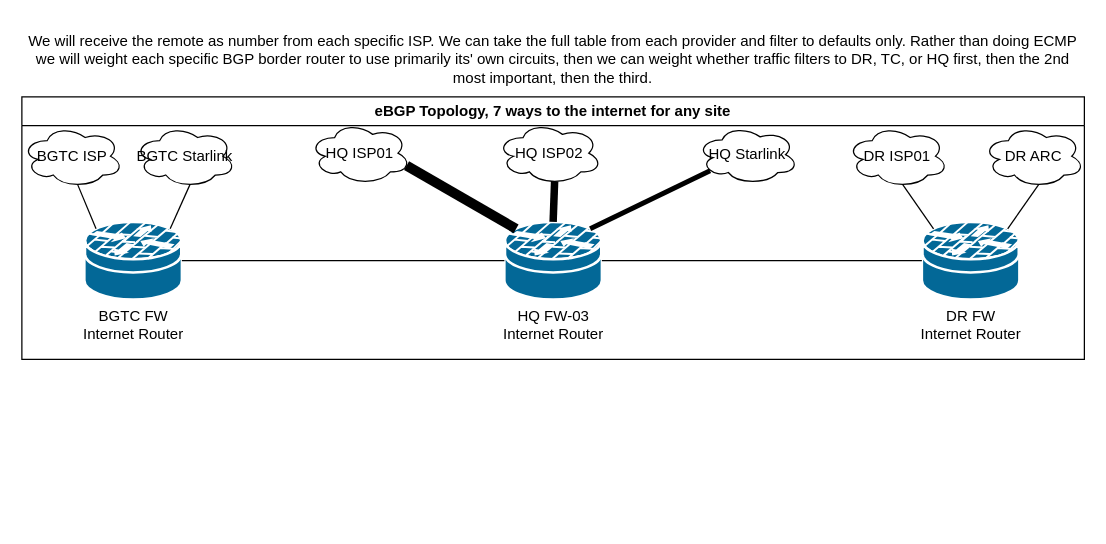
adamrt918/Diagram keeps this draw.io diagram as page "BGP Topo" (2 of 2) of Future_Network.drawio. Above is the earlier version. Source tidied: cells renumbered, new cells numbered last; positions are measured from the earlier drawing's top-left corner, leaving out a move shared by most shapes. Both pictures are drawn from the tidied source at 125%, with x=0, y=0 at pixel (21, 21).
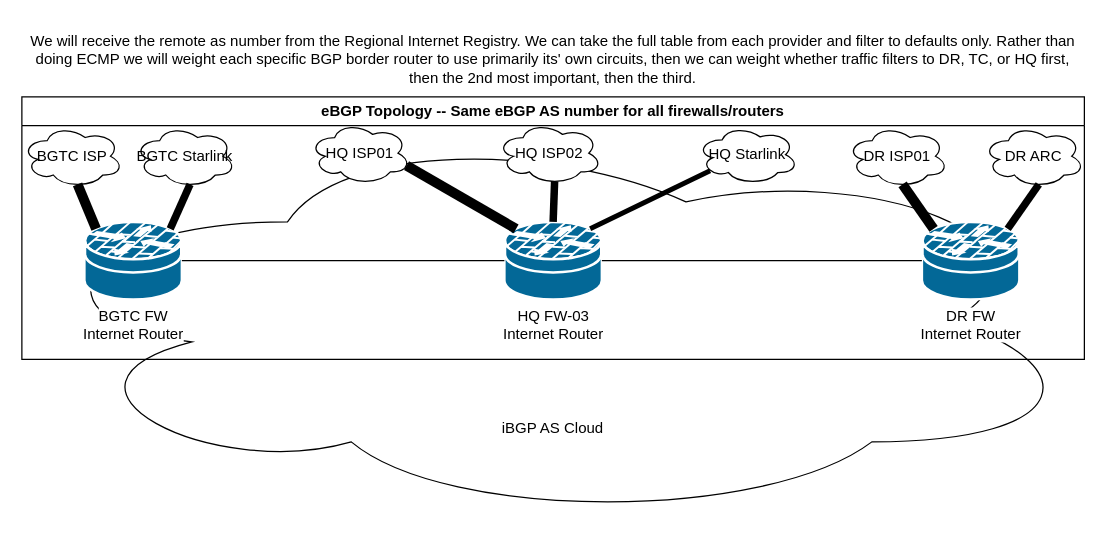
After the change.

Unchanged cells that the change refers to:
```xml
<mxCell id="6" value="BGTC ISP" style="ellipse;shape=cloud;whiteSpace=wrap;html=1;" parent="2" vertex="1">
  <mxGeometry y="22.5" width="81" height="50" as="geometry" />
</mxCell>
<mxCell id="7" value="BGTC Starlink" style="ellipse;shape=cloud;whiteSpace=wrap;html=1;" parent="2" vertex="1">
  <mxGeometry x="90" y="22.5" width="81" height="50" as="geometry" />
</mxCell>
<mxCell id="8" value="DR ISP01" style="ellipse;shape=cloud;whiteSpace=wrap;html=1;" parent="2" vertex="1">
  <mxGeometry x="660" y="22.5" width="81" height="50" as="geometry" />
</mxCell>
<mxCell id="9" value="DR ARC" style="ellipse;shape=cloud;whiteSpace=wrap;html=1;" parent="2" vertex="1">
  <mxGeometry x="769" y="22.5" width="81" height="50" as="geometry" />
</mxCell>
<mxCell id="10" value="&lt;span style=&quot;background-color: light-dark(#ffffff, var(--ge-dark-color, #121212));&quot;&gt;HQ FW-03&lt;/span&gt;&lt;div&gt;&lt;span style=&quot;background-color: light-dark(#ffffff, var(--ge-dark-color, #121212));&quot;&gt;Internet Router&lt;/span&gt;&lt;/div&gt;" style="shape=mxgraph.cisco.security.router_firewall;sketch=0;html=1;dashed=0;fillColor=#036897;strokeColor=#ffffff;strokeWidth=2;verticalLabelPosition=bottom;verticalAlign=top;align=center;outlineConnect=0;" parent="2" vertex="1">
  <mxGeometry x="386" y="100" width="78" height="62" as="geometry" />
</mxCell>
<mxCell id="11" value="&lt;span style=&quot;background-color: light-dark(#ffffff, var(--ge-dark-color, #121212));&quot;&gt;BGTC FW&lt;/span&gt;&lt;div&gt;&lt;span style=&quot;background-color: light-dark(#ffffff, var(--ge-dark-color, #121212));&quot;&gt;Internet Router&lt;/span&gt;&lt;/div&gt;" style="shape=mxgraph.cisco.security.router_firewall;sketch=0;html=1;dashed=0;fillColor=#036897;strokeColor=#ffffff;strokeWidth=2;verticalLabelPosition=bottom;verticalAlign=top;align=center;outlineConnect=0;" parent="2" vertex="1">
  <mxGeometry x="50" y="100" width="78" height="62" as="geometry" />
</mxCell>
<mxCell id="12" value="&lt;span style=&quot;background-color: light-dark(#ffffff, var(--ge-dark-color, #121212));&quot;&gt;DR FW&lt;/span&gt;&lt;div&gt;&lt;span style=&quot;background-color: light-dark(#ffffff, var(--ge-dark-color, #121212));&quot;&gt;Internet Router&lt;/span&gt;&lt;/div&gt;" style="shape=mxgraph.cisco.security.router_firewall;sketch=0;html=1;dashed=0;fillColor=#036897;strokeColor=#ffffff;strokeWidth=2;verticalLabelPosition=bottom;verticalAlign=top;align=center;outlineConnect=0;" parent="2" vertex="1">
  <mxGeometry x="720" y="100" width="78" height="62" as="geometry" />
</mxCell>
```

Diff of the diagram source:
```diff
@@
+    <mxCell id="23" style="ellipse;shape=cloud;whiteSpace=wrap;html=1;" parent="1" vertex="1">
+      <mxGeometry y="80" width="850" height="320" as="geometry" />
+    </mxCell>
-    <mxCell id="2" value="eBGP Topology, 7 ways to the internet for any site" style="swimlane;whiteSpace=wrap;html=1;" parent="1" vertex="1">
+    <mxCell id="2" value="eBGP Topology -- Same eBGP AS number for all firewalls/routers" style="swimlane;whiteSpace=wrap;html=1;" parent="1" vertex="1">
       <mxGeometry y="60" width="850" height="210" as="geometry" />
     </mxCell>
@@
+    <mxCell id="20" style="endArrow=none;html=1;rounded=0;entryX=1;entryY=0.5;entryDx=0;entryDy=0;entryPerimeter=0;exitX=0;exitY=0.5;exitDx=0;exitDy=0;exitPerimeter=0;" parent="2" edge="1" source="10" target="11">
+      <mxGeometry relative="1" as="geometry" />
+    </mxCell>
+    <mxCell id="21" style="endArrow=none;html=1;rounded=0;entryX=1;entryY=0.5;entryDx=0;entryDy=0;entryPerimeter=0;" parent="2" edge="1" source="12" target="10">
+      <mxGeometry relative="1" as="geometry" />
+    </mxCell>
-    <mxCell id="16" style="endArrow=none;html=1;rounded=0;entryX=0.55;entryY=0.95;entryDx=0;entryDy=0;entryPerimeter=0;exitX=0.12;exitY=0.09;exitDx=0;exitDy=0;exitPerimeter=0;" parent="2" edge="1" source="11" target="6">
+    <mxCell id="16" style="endArrow=none;html=1;rounded=0;entryX=0.55;entryY=0.95;entryDx=0;entryDy=0;entryPerimeter=0;exitX=0.12;exitY=0.09;exitDx=0;exitDy=0;exitPerimeter=0;strokeWidth=8;strokeColor=light-dark(#000000,#00FF00);" parent="2" edge="1" source="11" target="6">
       <mxGeometry relative="1" as="geometry" />
     </mxCell>
-    <mxCell id="17" style="endArrow=none;html=1;rounded=0;entryX=0.55;entryY=0.95;entryDx=0;entryDy=0;entryPerimeter=0;exitX=0.88;exitY=0.09;exitDx=0;exitDy=0;exitPerimeter=0;" parent="2" edge="1" source="11" target="7">
+    <mxCell id="17" style="endArrow=none;html=1;rounded=0;entryX=0.55;entryY=0.95;entryDx=0;entryDy=0;entryPerimeter=0;strokeColor=light-dark(#000000,#3399FF);strokeWidth=6;exitX=0.88;exitY=0.09;exitDx=0;exitDy=0;exitPerimeter=0;" parent="2" edge="1" source="11" target="7">
       <mxGeometry relative="1" as="geometry" />
     </mxCell>
-    <mxCell id="18" style="endArrow=none;html=1;rounded=0;entryX=0.55;entryY=0.95;entryDx=0;entryDy=0;entryPerimeter=0;exitX=0.12;exitY=0.09;exitDx=0;exitDy=0;exitPerimeter=0;" parent="2" edge="1" source="12" target="8">
+    <mxCell id="18" style="endArrow=none;html=1;rounded=0;entryX=0.55;entryY=0.95;entryDx=0;entryDy=0;entryPerimeter=0;exitX=0.12;exitY=0.09;exitDx=0;exitDy=0;exitPerimeter=0;strokeWidth=8;strokeColor=light-dark(#000000,#00FF00);" parent="2" edge="1" source="12" target="8">
       <mxGeometry relative="1" as="geometry" />
     </mxCell>
-    <mxCell id="19" style="endArrow=none;html=1;rounded=0;entryX=0.55;entryY=0.95;entryDx=0;entryDy=0;entryPerimeter=0;exitX=0.88;exitY=0.09;exitDx=0;exitDy=0;exitPerimeter=0;" parent="2" edge="1" source="12" target="9">
+    <mxCell id="19" style="endArrow=none;html=1;rounded=0;entryX=0.55;entryY=0.95;entryDx=0;entryDy=0;entryPerimeter=0;exitX=0.88;exitY=0.09;exitDx=0;exitDy=0;exitPerimeter=0;strokeColor=light-dark(#000000,#3399FF);strokeWidth=6;" parent="2" edge="1" source="12" target="9">
       <mxGeometry relative="1" as="geometry" />
     </mxCell>
-    <mxCell id="20" style="endArrow=none;html=1;rounded=0;entryX=1;entryY=0.5;entryDx=0;entryDy=0;entryPerimeter=0;exitX=0;exitY=0.5;exitDx=0;exitDy=0;exitPerimeter=0;" parent="2" edge="1" source="10" target="11">
-      <mxGeometry relative="1" as="geometry" />
-    </mxCell>
-    <mxCell id="21" style="endArrow=none;html=1;rounded=0;entryX=1;entryY=0.5;entryDx=0;entryDy=0;entryPerimeter=0;" parent="2" edge="1" source="12" target="10">
-      <mxGeometry relative="1" as="geometry" />
-    </mxCell>
-    <mxCell id="22" value="We will receive the remote as number from each specific ISP. We can take the full table from each provider and filter to defaults only. Rather than doing ECMP we will weight each specific BGP border router to use primarily its' own circuits, then we can weight whether traffic filters to DR, TC, or HQ first, then the 2nd most important, then the third." style="text;html=1;align=center;verticalAlign=middle;whiteSpace=wrap;rounded=0;" parent="1" vertex="1">
+    <mxCell id="22" value="We will receive the remote as number from the Regional Internet Registry. We can take the full table from each provider and filter to defaults only. Rather than doing ECMP we will weight each specific BGP border router to use primarily its' own circuits, then we can weight whether traffic filters to DR, TC, or HQ first, then the 2nd most important, then the third." style="text;html=1;align=center;verticalAlign=middle;whiteSpace=wrap;rounded=0;" parent="1" vertex="1">
       <mxGeometry width="850" height="60" as="geometry" />
     </mxCell>
+    <mxCell id="24" value="iBGP AS Cloud" style="text;html=1;align=center;verticalAlign=middle;whiteSpace=wrap;rounded=0;" parent="1" vertex="1">
+      <mxGeometry x="370" y="310" width="110" height="30" as="geometry" />
+    </mxCell>
```
